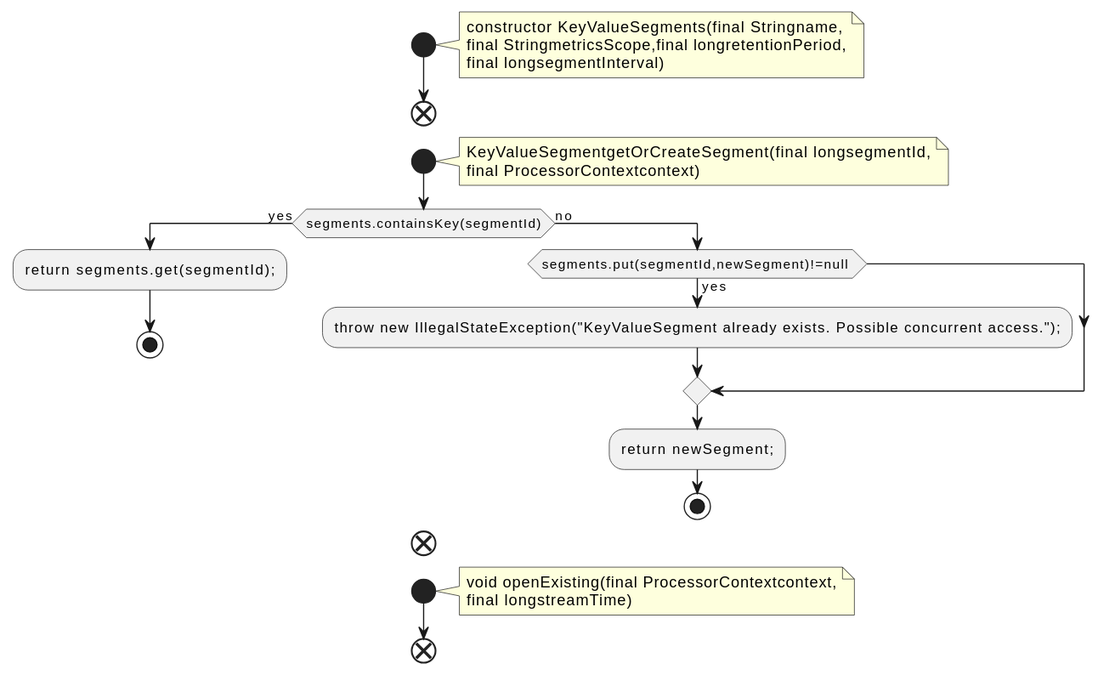
qualitesys/kafka keeps this PlantUML diagram as docs/qc/streams/src/main/java/org/apache/kafka/streams/state/internals/KeyValueSegments.java.fct.svg. Above is the earlier version.
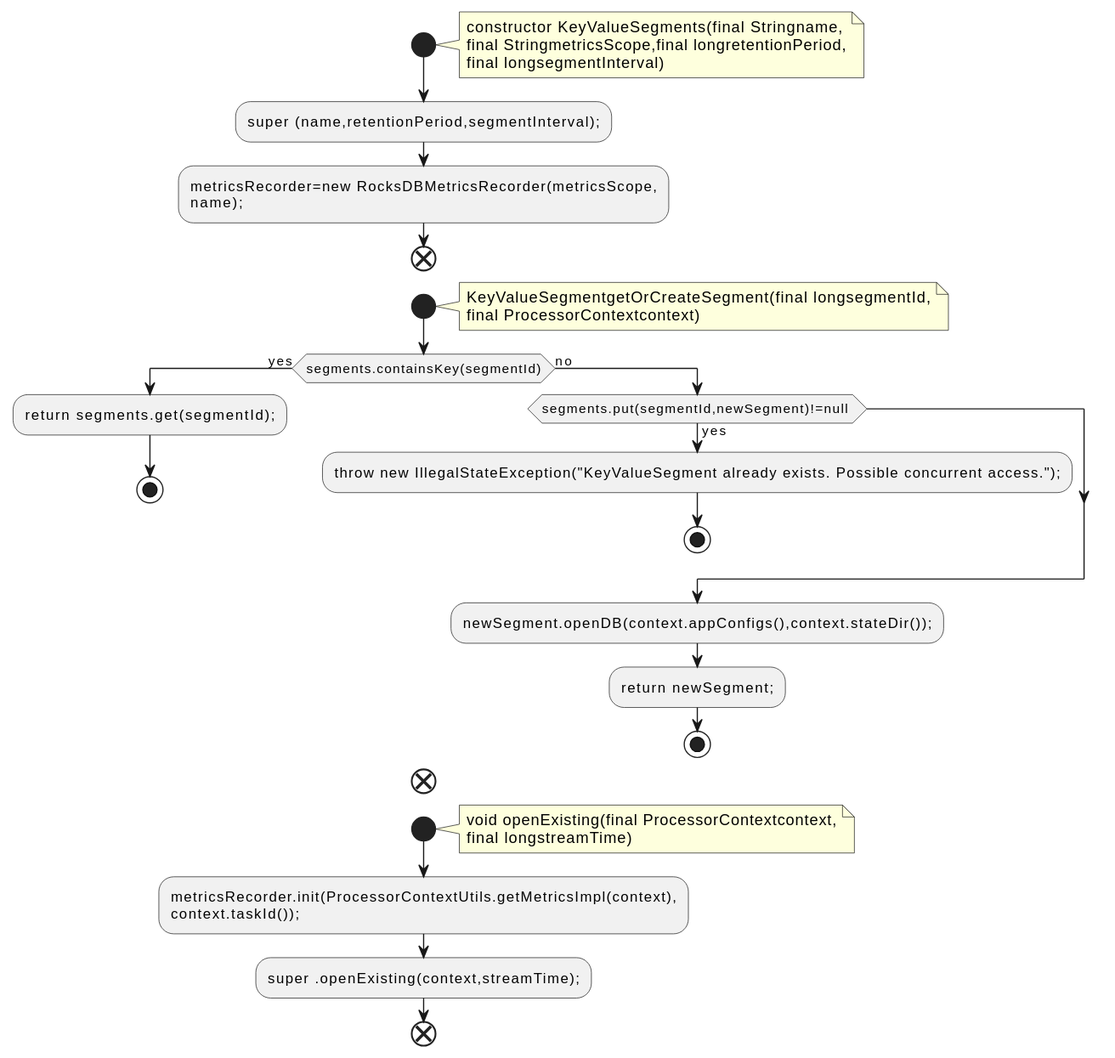
Later version of the same file.

Diff of the diagram source:
```diff
@@ -6,6 +6,9 @@
 final StringmetricsScope,final longretentionPeriod,
 final longsegmentInterval)
 end note
+:super (name,retentionPeriod,segmentInterval);;
+:metricsRecorder=new RocksDBMetricsRecorder(metricsScope,
+name);;
 end
 start
 note right
@@ -18,7 +21,9 @@
 else (no)
 if (segments.put(segmentId,newSegment)!=null ) then (yes)
 :throw new IllegalStateException("KeyValueSegment already exists. Possible concurrent access.");;
+stop
 endif
+:newSegment.openDB(context.appConfigs(),context.stateDir());;
 :return newSegment;;
 stop
 endif
@@ -28,5 +33,8 @@
 void openExisting(final ProcessorContextcontext,
 final longstreamTime)
 end note
+:metricsRecorder.init(ProcessorContextUtils.getMetricsImpl(context),
+context.taskId());;
+:super .openExisting(context,streamTime);;
 end
 @enduml
```
